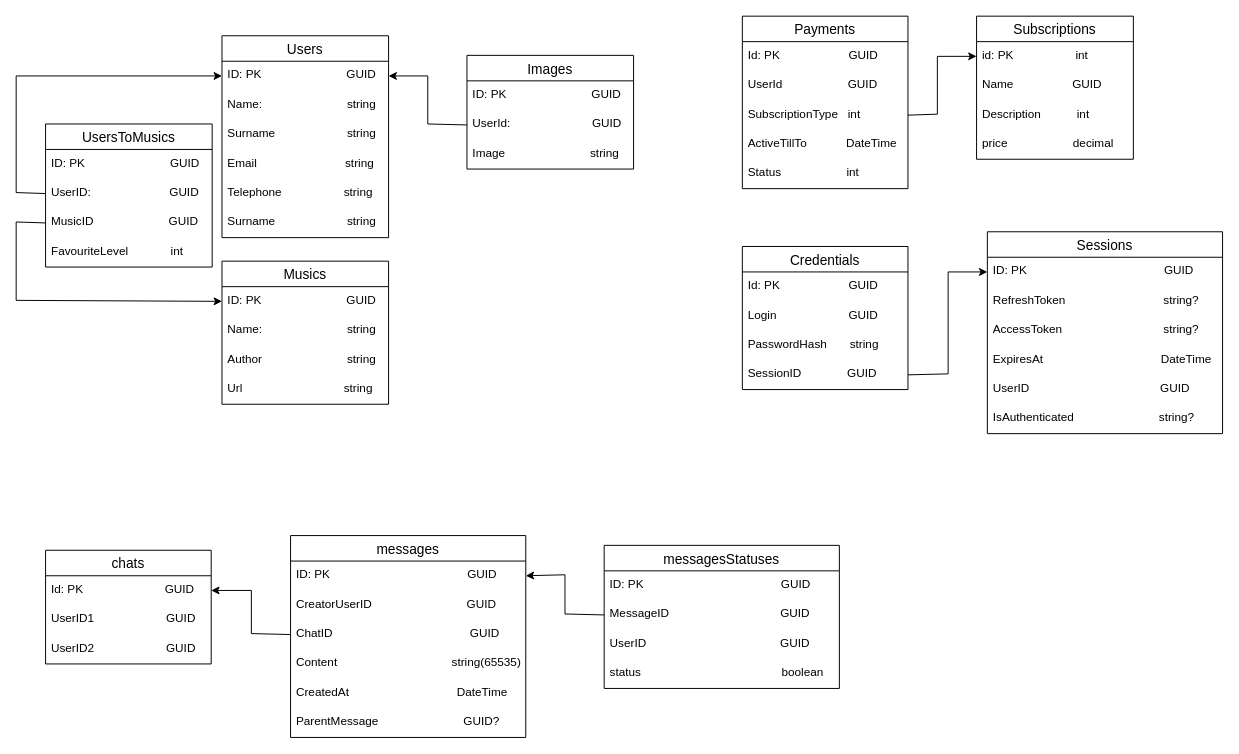
This is database.drawio from ZeynalovZ/RSOI-Cource-Project, a draw.io file, before an edit. Source tidied: cells renumbered, new cells numbered last; positions are measured from the earlier drawing's top-left corner, leaving out a move shared by most shapes. Both pictures are drawn from the tidied source at 98%, with x=0, y=0 at pixel (16, 16).
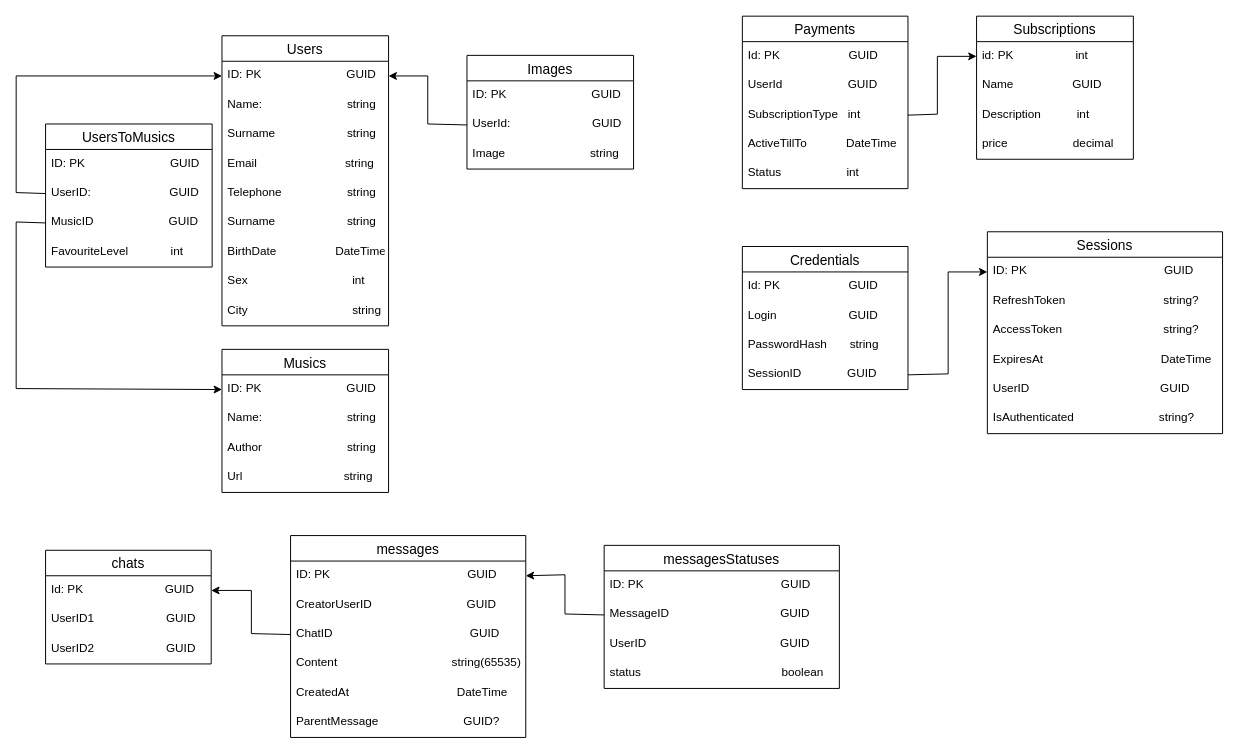
Above is the later version.

Commit message:
new columns in users table

The change refers to these unchanged cells:
```xml
<mxCell id="34" value="ID: PK                          GUID" style="text;strokeColor=none;fillColor=none;spacingLeft=4;spacingRight=4;overflow=hidden;points=[[0,0.5],[1,0.5]];portConstraint=eastwest;fontSize=12;" parent="33" vertex="1">
  <mxGeometry y="26" width="170" height="30" as="geometry" />
</mxCell>
<mxCell id="41" value="MusicID                       GUID" style="text;strokeColor=none;fillColor=none;spacingLeft=4;spacingRight=4;overflow=hidden;points=[[0,0.5],[1,0.5]];portConstraint=eastwest;fontSize=12;" parent="38" vertex="1">
  <mxGeometry y="86" width="170" height="30" as="geometry" />
</mxCell>
```

The edit, as a diff of the source:
```diff
@@
     <mxCell id="2" value="Users" style="swimlane;fontStyle=0;horizontal=1;startSize=26;align=center;fontSize=14;" parent="1" vertex="1">
-      <mxGeometry x="210" y="20" width="170" height="206" as="geometry" />
+      <mxGeometry x="210" y="20" width="170" height="296" as="geometry" />
     </mxCell>
@@
-    <mxCell id="7" value="Telephone                   string" style="text;strokeColor=none;fillColor=none;spacingLeft=4;spacingRight=4;overflow=hidden;fontSize=12;" parent="2" vertex="1">
+    <mxCell id="7" value="Telephone                    string" style="text;strokeColor=none;fillColor=none;spacingLeft=4;spacingRight=4;overflow=hidden;fontSize=12;" parent="2" vertex="1">
       <mxGeometry y="146" width="170" height="30" as="geometry" />
     </mxCell>
@@
+    <mxCell id="69" value="BirthDate                  DateTime" style="text;strokeColor=none;fillColor=none;spacingLeft=4;spacingRight=4;overflow=hidden;fontSize=12;" parent="2" vertex="1">
+      <mxGeometry y="206" width="170" height="30" as="geometry" />
+    </mxCell>
+    <mxCell id="70" value="Sex                                int" style="text;strokeColor=none;fillColor=none;spacingLeft=4;spacingRight=4;overflow=hidden;fontSize=12;" parent="2" vertex="1">
+      <mxGeometry y="236" width="170" height="30" as="geometry" />
+    </mxCell>
+    <mxCell id="71" value="City                                string" style="text;strokeColor=none;fillColor=none;spacingLeft=4;spacingRight=4;overflow=hidden;fontSize=12;" parent="2" vertex="1">
+      <mxGeometry y="266" width="170" height="30" as="geometry" />
+    </mxCell>
@@
     <mxCell id="33" value="Musics" style="swimlane;fontStyle=0;horizontal=1;startSize=26;align=center;fontSize=14;" parent="1" vertex="1">
-      <mxGeometry x="210" y="250" width="170" height="146" as="geometry" />
+      <mxGeometry x="210" y="340" width="170" height="146" as="geometry" />
     </mxCell>
@@
     <mxCell id="43" style="endArrow=classic;html=1;rounded=0;exitX=0;exitY=0.5;exitDx=0;exitDy=0;entryX=0;entryY=0.5;entryDx=0;entryDy=0;" parent="1" edge="1" source="41" target="34">
       <mxGeometry relative="1" as="geometry">
         <Array as="points">
           <mxPoint y="210" />
-          <mxPoint y="290" />
+          <mxPoint y="380" />
         </Array>
       </mxGeometry>
     </mxCell>
```
